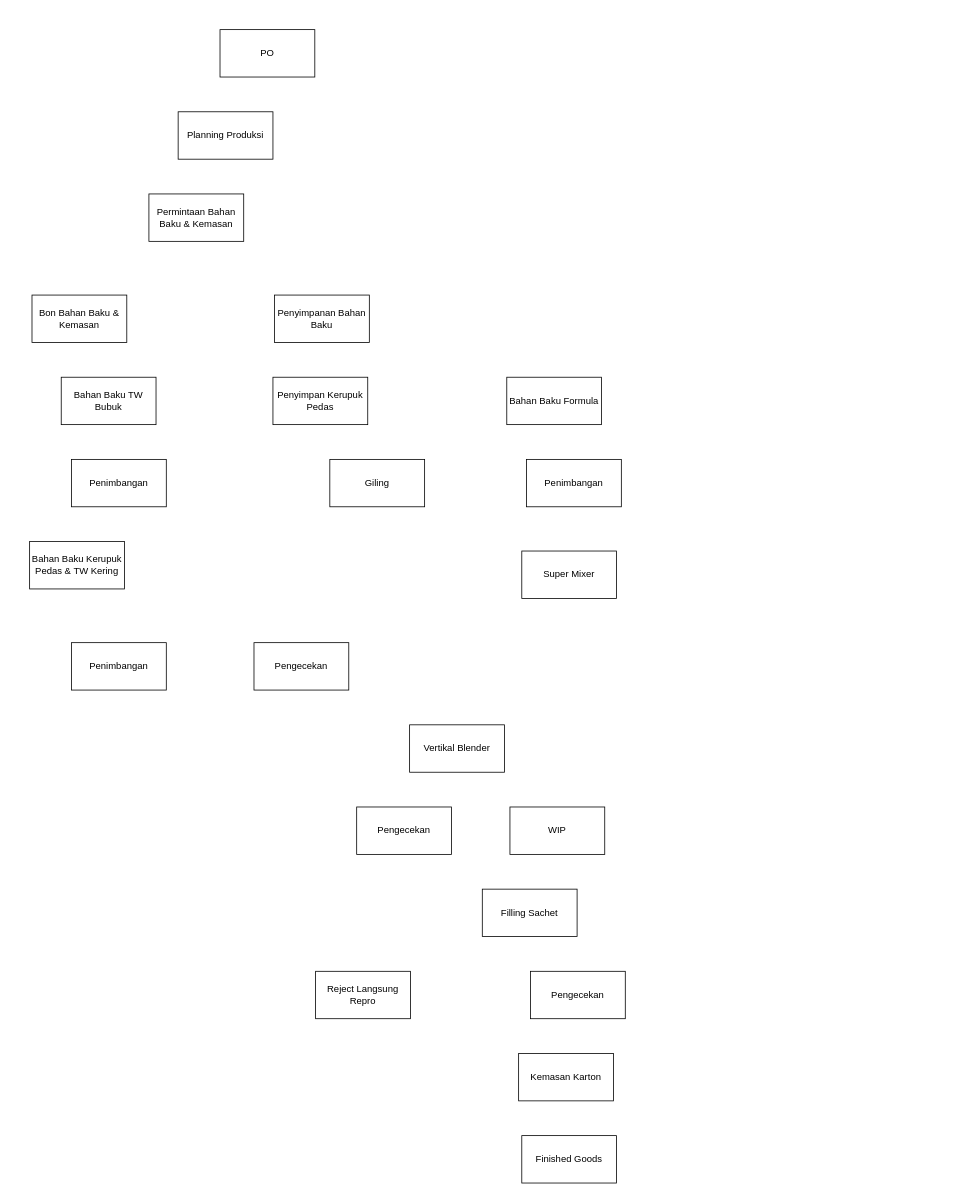
The draw.io diagram Finna Rawit Tabur SKL 3.drawio in hafizh911/drawio, before the edit. Source tidied: cells renumbered, new cells numbered last; positions are measured from the earlier drawing's top-left corner, leaving out a move shared by most shapes. Both pictures are drawn from the tidied source at 79%, with x=0, y=0 at pixel (29, 29).
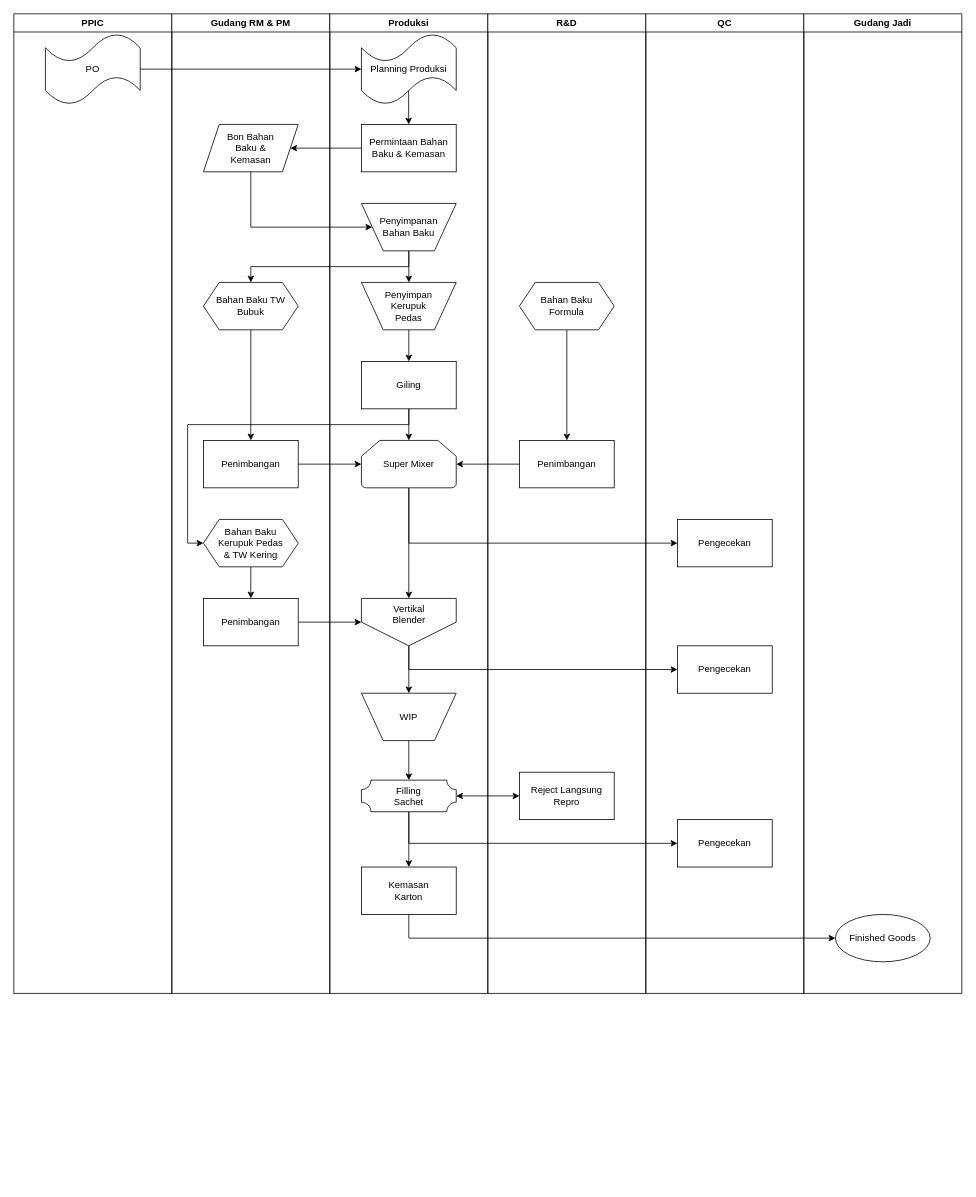
After the change.

Change to the diagram source:
```diff
@@
-    <mxCell id="2" value="PO" style="whiteSpace=wrap;strokeWidth=1;" parent="1" vertex="1">
-      <mxGeometry x="241" width="120" height="60" as="geometry" />
+    <mxCell id="2" value="PO" style="shape=tape;whiteSpace=wrap;html=1;" parent="1" vertex="1">
+      <mxGeometry x="20" y="5" width="120" height="90" as="geometry" />
     </mxCell>
+    <mxCell id="25" style="edgeStyle=orthogonalEdgeStyle;rounded=0;jettySize=auto;html=1;exitX=0.498;exitY=0.798;exitDx=0;exitDy=0;exitPerimeter=0;" parent="1" edge="1" source="3" target="4">
+      <mxGeometry relative="1" as="geometry" />
+    </mxCell>
-    <mxCell id="3" value="Planning Produksi" style="whiteSpace=wrap;strokeWidth=1;" parent="1" vertex="1">
-      <mxGeometry x="188" y="104" width="120" height="60" as="geometry" />
+    <mxCell id="3" value="Planning Produksi" style="shape=tape;whiteSpace=wrap;html=1;" parent="1" vertex="1">
+      <mxGeometry x="420" y="5" width="120" height="90" as="geometry" />
     </mxCell>
+    <mxCell id="26" style="edgeStyle=orthogonalEdgeStyle;rounded=0;jettySize=auto;html=1;entryX=1;entryY=0.5;entryDx=0;entryDy=0;exitX=0;exitY=0.5;exitDx=0;exitDy=0;" parent="1" edge="1" source="4" target="5">
+      <mxGeometry relative="1" as="geometry" />
+    </mxCell>
     <mxCell id="4" value="Permintaan Bahan Baku &amp; Kemasan" style="whiteSpace=wrap;strokeWidth=1;" parent="1" vertex="1">
-      <mxGeometry x="151" y="208" width="120" height="60" as="geometry" />
+      <mxGeometry x="420" y="120" width="120" height="60" as="geometry" />
     </mxCell>
+    <mxCell id="27" style="edgeStyle=orthogonalEdgeStyle;rounded=0;jettySize=auto;html=1;exitX=0.5;exitY=1;exitDx=0;exitDy=0;entryX=0;entryY=0.5;entryDx=0;entryDy=0;" parent="1" edge="1" source="5" target="6">
+      <mxGeometry relative="1" as="geometry">
+        <Array as="points">
+          <mxPoint x="280" y="250" />
+        </Array>
+      </mxGeometry>
+    </mxCell>
-    <mxCell id="5" value="Bon Bahan Baku &amp; Kemasan" style="whiteSpace=wrap;strokeWidth=1;" parent="1" vertex="1">
-      <mxGeometry x="3" y="336" width="120" height="60" as="geometry" />
+    <mxCell id="5" value="Bon Bahan&lt;div&gt;Baku &amp;amp;&lt;/div&gt;&lt;div&gt;Kemasan&lt;/div&gt;" style="shape=parallelogram;perimeter=parallelogramPerimeter;whiteSpace=wrap;html=1;fixedSize=1;" parent="1" vertex="1">
+      <mxGeometry x="220" y="120" width="120" height="60" as="geometry" />
     </mxCell>
+    <mxCell id="28" style="edgeStyle=orthogonalEdgeStyle;rounded=0;jettySize=auto;html=1;exitX=0.5;exitY=1;exitDx=0;exitDy=0;entryX=0.5;entryY=0;entryDx=0;entryDy=0;" parent="1" edge="1" source="6" target="8">
+      <mxGeometry relative="1" as="geometry" />
+    </mxCell>
+    <mxCell id="29" style="edgeStyle=orthogonalEdgeStyle;rounded=0;jettySize=auto;html=1;exitX=0.5;exitY=1;exitDx=0;exitDy=0;entryX=0.5;entryY=0;entryDx=0;entryDy=0;" parent="1" edge="1" source="6" target="7">
+      <mxGeometry relative="1" as="geometry" />
+    </mxCell>
-    <mxCell id="6" value="Penyimpanan Bahan Baku" style="whiteSpace=wrap;strokeWidth=1;" parent="1" vertex="1">
-      <mxGeometry x="310" y="336" width="120" height="60" as="geometry" />
+    <mxCell id="6" value="Penyimpanan&lt;div&gt;Bahan Baku&lt;/div&gt;" style="verticalLabelPosition=middle;verticalAlign=middle;html=1;shape=trapezoid;perimeter=trapezoidPerimeter;whiteSpace=wrap;size=0.23;arcSize=10;flipV=1;labelPosition=center;align=center;" parent="1" vertex="1">
+      <mxGeometry x="420" y="220" width="120" height="60" as="geometry" />
     </mxCell>
+    <mxCell id="30" style="edgeStyle=orthogonalEdgeStyle;rounded=0;jettySize=auto;html=1;exitX=0.5;exitY=1;exitDx=0;exitDy=0;entryX=0.5;entryY=0;entryDx=0;entryDy=0;" parent="1" edge="1" source="7" target="13">
+      <mxGeometry relative="1" as="geometry" />
+    </mxCell>
-    <mxCell id="7" value="Bahan Baku TW Bubuk" style="whiteSpace=wrap;strokeWidth=1;" parent="1" vertex="1">
-      <mxGeometry x="40" y="440" width="120" height="60" as="geometry" />
+    <mxCell id="7" value="Bahan Baku TW Bubuk" style="shape=hexagon;perimeter=hexagonPerimeter2;whiteSpace=wrap;html=1;fixedSize=1;" parent="1" vertex="1">
+      <mxGeometry x="220" y="320" width="120" height="60" as="geometry" />
     </mxCell>
+    <mxCell id="31" style="edgeStyle=orthogonalEdgeStyle;rounded=0;jettySize=auto;html=1;exitX=0.5;exitY=1;exitDx=0;exitDy=0;entryX=0.5;entryY=0;entryDx=0;entryDy=0;" parent="1" edge="1" source="8" target="10">
+      <mxGeometry relative="1" as="geometry" />
+    </mxCell>
-    <mxCell id="8" value="Penyimpan Kerupuk Pedas" style="whiteSpace=wrap;strokeWidth=1;" parent="1" vertex="1">
-      <mxGeometry x="308" y="440" width="120" height="60" as="geometry" />
+    <mxCell id="8" value="Penyimpan&lt;div&gt;Kerupuk&lt;/div&gt;&lt;div&gt;Pedas&lt;/div&gt;" style="verticalLabelPosition=middle;verticalAlign=middle;html=1;shape=trapezoid;perimeter=trapezoidPerimeter;whiteSpace=wrap;size=0.23;arcSize=10;flipV=1;labelPosition=center;align=center;" parent="1" vertex="1">
+      <mxGeometry x="420" y="320" width="120" height="60" as="geometry" />
     </mxCell>
+    <mxCell id="32" style="edgeStyle=orthogonalEdgeStyle;rounded=0;jettySize=auto;html=1;exitX=0.5;exitY=1;exitDx=0;exitDy=0;entryX=0.5;entryY=0;entryDx=0;entryDy=0;" parent="1" edge="1" source="9" target="11">
+      <mxGeometry relative="1" as="geometry" />
+    </mxCell>
-    <mxCell id="9" value="Bahan Baku Formula" style="whiteSpace=wrap;strokeWidth=1;" parent="1" vertex="1">
-      <mxGeometry x="604" y="440" width="120" height="60" as="geometry" />
+    <mxCell id="9" value="Bahan Baku&lt;div&gt;Formula&lt;/div&gt;" style="shape=hexagon;perimeter=hexagonPerimeter2;whiteSpace=wrap;html=1;fixedSize=1;" parent="1" vertex="1">
+      <mxGeometry x="620" y="320" width="120" height="60" as="geometry" />
     </mxCell>
+    <mxCell id="33" style="edgeStyle=orthogonalEdgeStyle;rounded=0;jettySize=auto;html=1;exitX=0.5;exitY=1;exitDx=0;exitDy=0;entryX=0;entryY=0.5;entryDx=0;entryDy=0;" parent="1" edge="1" source="10" target="14">
+      <mxGeometry relative="1" as="geometry">
+        <Array as="points">
+          <mxPoint x="480" y="500" />
+          <mxPoint x="200" y="500" />
+          <mxPoint x="200" y="650" />
+        </Array>
+      </mxGeometry>
+    </mxCell>
     <mxCell id="10" value="Giling" style="whiteSpace=wrap;strokeWidth=1;" parent="1" vertex="1">
-      <mxGeometry x="380" y="544" width="120" height="60" as="geometry" />
+      <mxGeometry x="420" y="420" width="120" height="60" as="geometry" />
     </mxCell>
     <mxCell id="11" value="Penimbangan" style="whiteSpace=wrap;strokeWidth=1;" parent="1" vertex="1">
-      <mxGeometry x="629" y="544" width="120" height="60" as="geometry" />
+      <mxGeometry x="620" y="520" width="120" height="60" as="geometry" />
     </mxCell>
+    <mxCell id="34" style="edgeStyle=orthogonalEdgeStyle;rounded=0;jettySize=auto;html=1;exitX=0.5;exitY=1;exitDx=0;exitDy=0;exitPerimeter=0;entryX=0.5;entryY=0;entryDx=0;entryDy=0;" parent="1" edge="1" source="12" target="16">
+      <mxGeometry relative="1" as="geometry" />
+    </mxCell>
+    <mxCell id="35" style="edgeStyle=orthogonalEdgeStyle;rounded=0;jettySize=auto;html=1;exitX=0.5;exitY=1;exitDx=0;exitDy=0;exitPerimeter=0;entryX=0;entryY=0.5;entryDx=0;entryDy=0;" parent="1" edge="1" source="12" target="17">
+      <mxGeometry relative="1" as="geometry" />
+    </mxCell>
-    <mxCell id="12" value="Super Mixer" style="whiteSpace=wrap;strokeWidth=1;" parent="1" vertex="1">
-      <mxGeometry x="623" y="660" width="120" height="60" as="geometry" />
+    <mxCell id="12" value="Super Mixer" style="strokeWidth=1;html=1;shape=mxgraph.flowchart.loop_limit;whiteSpace=wrap;" parent="1" vertex="1">
+      <mxGeometry x="420" y="520" width="120" height="60" as="geometry" />
     </mxCell>
     <mxCell id="13" value="Penimbangan" style="whiteSpace=wrap;strokeWidth=1;" parent="1" vertex="1">
-      <mxGeometry x="53" y="544" width="120" height="60" as="geometry" />
+      <mxGeometry x="220" y="520" width="120" height="60" as="geometry" />
     </mxCell>
+    <mxCell id="36" style="edgeStyle=orthogonalEdgeStyle;rounded=0;jettySize=auto;html=1;exitX=0.5;exitY=1;exitDx=0;exitDy=0;entryX=0.5;entryY=0;entryDx=0;entryDy=0;" parent="1" edge="1" source="14" target="15">
+      <mxGeometry relative="1" as="geometry" />
+    </mxCell>
-    <mxCell id="14" value="Bahan Baku Kerupuk Pedas &amp; TW Kering" style="whiteSpace=wrap;strokeWidth=1;" parent="1" vertex="1">
-      <mxGeometry y="648" width="120" height="60" as="geometry" />
+    <mxCell id="14" value="Bahan Baku&lt;div&gt;Kerupuk Pedas&lt;/div&gt;&lt;div&gt;&amp;amp; TW Kering&lt;/div&gt;" style="shape=hexagon;perimeter=hexagonPerimeter2;whiteSpace=wrap;html=1;fixedSize=1;" parent="1" vertex="1">
+      <mxGeometry x="220" y="620" width="120" height="60" as="geometry" />
     </mxCell>
+    <mxCell id="37" style="edgeStyle=orthogonalEdgeStyle;rounded=0;jettySize=auto;html=1;exitX=1;exitY=0.5;exitDx=0;exitDy=0;entryX=0;entryY=0.5;entryDx=0;entryDy=0;" parent="1" edge="1" source="15" target="16">
+      <mxGeometry relative="1" as="geometry" />
+    </mxCell>
     <mxCell id="15" value="Penimbangan" style="whiteSpace=wrap;strokeWidth=1;" parent="1" vertex="1">
-      <mxGeometry x="53" y="776" width="120" height="60" as="geometry" />
+      <mxGeometry x="220" y="720" width="120" height="60" as="geometry" />
     </mxCell>
+    <mxCell id="38" style="edgeStyle=orthogonalEdgeStyle;rounded=0;jettySize=auto;html=1;exitX=0.5;exitY=1;exitDx=0;exitDy=0;entryX=0.5;entryY=0;entryDx=0;entryDy=0;" parent="1" edge="1" source="16" target="19">
+      <mxGeometry relative="1" as="geometry" />
+    </mxCell>
+    <mxCell id="39" style="edgeStyle=orthogonalEdgeStyle;rounded=0;jettySize=auto;html=1;exitX=0.5;exitY=1;exitDx=0;exitDy=0;entryX=0;entryY=0.5;entryDx=0;entryDy=0;" parent="1" edge="1" source="16" target="18">
+      <mxGeometry relative="1" as="geometry" />
+    </mxCell>
-    <mxCell id="16" value="Vertikal Blender" style="whiteSpace=wrap;strokeWidth=1;" parent="1" vertex="1">
-      <mxGeometry x="481" y="880" width="120" height="60" as="geometry" />
+    <mxCell id="16" value="Vertikal&lt;div&gt;Blender&lt;/div&gt;" style="verticalLabelPosition=middle;verticalAlign=top;html=1;shape=offPageConnector;rounded=0;size=0.5;" parent="1" vertex="1">
+      <mxGeometry x="420" y="720" width="120" height="60" as="geometry" />
     </mxCell>
     <mxCell id="17" value="Pengecekan" style="whiteSpace=wrap;strokeWidth=1;" parent="1" vertex="1">
-      <mxGeometry x="284" y="776" width="120" height="60" as="geometry" />
+      <mxGeometry x="820" y="620" width="120" height="60" as="geometry" />
     </mxCell>
     <mxCell id="18" value="Pengecekan" style="whiteSpace=wrap;strokeWidth=1;" parent="1" vertex="1">
-      <mxGeometry x="414" y="984" width="120" height="60" as="geometry" />
+      <mxGeometry x="820" y="780" width="120" height="60" as="geometry" />
     </mxCell>
-    <mxCell id="19" value="WIP" style="whiteSpace=wrap;strokeWidth=1;" parent="1" vertex="1">
-      <mxGeometry x="608" y="984" width="120" height="60" as="geometry" />
+    <mxCell id="19" value="WIP" style="verticalLabelPosition=middle;verticalAlign=middle;html=1;shape=trapezoid;perimeter=trapezoidPerimeter;whiteSpace=wrap;size=0.23;arcSize=10;flipV=1;labelPosition=center;align=center;" parent="1" vertex="1">
+      <mxGeometry x="420" y="840" width="120" height="60" as="geometry" />
     </mxCell>
+    <mxCell id="40" style="edgeStyle=orthogonalEdgeStyle;rounded=0;jettySize=auto;html=1;exitX=0.5;exitY=1;exitDx=0;exitDy=0;exitPerimeter=0;entryX=0;entryY=0.5;entryDx=0;entryDy=0;" parent="1" edge="1" source="20" target="22">
+      <mxGeometry relative="1" as="geometry" />
+    </mxCell>
+    <mxCell id="41" style="edgeStyle=orthogonalEdgeStyle;rounded=0;jettySize=auto;html=1;exitX=0.5;exitY=1;exitDx=0;exitDy=0;exitPerimeter=0;entryX=0.5;entryY=0;entryDx=0;entryDy=0;" parent="1" edge="1" source="20" target="23">
+      <mxGeometry relative="1" as="geometry" />
+    </mxCell>
-    <mxCell id="20" value="Filling Sachet" style="whiteSpace=wrap;strokeWidth=1;" parent="1" vertex="1">
-      <mxGeometry x="573" y="1088" width="120" height="60" as="geometry" />
+    <mxCell id="20" value="Filling&lt;div&gt;Sachet&lt;/div&gt;" style="verticalLabelPosition=middle;verticalAlign=top;html=1;shape=mxgraph.basic.plaque;dx=6;whiteSpace=wrap;" parent="1" vertex="1">
+      <mxGeometry x="420" y="950" width="120" height="40" as="geometry" />
     </mxCell>
     <mxCell id="21" value="Reject Langsung Repro" style="whiteSpace=wrap;strokeWidth=1;" parent="1" vertex="1">
-      <mxGeometry x="362" y="1192" width="120" height="60" as="geometry" />
+      <mxGeometry x="620" y="940" width="120" height="60" as="geometry" />
     </mxCell>
     <mxCell id="22" value="Pengecekan" style="whiteSpace=wrap;strokeWidth=1;" parent="1" vertex="1">
-      <mxGeometry x="634" y="1192" width="120" height="60" as="geometry" />
+      <mxGeometry x="820" y="1000" width="120" height="60" as="geometry" />
     </mxCell>
+    <mxCell id="42" style="edgeStyle=orthogonalEdgeStyle;rounded=0;jettySize=auto;html=1;exitX=0.5;exitY=1;exitDx=0;exitDy=0;entryX=0;entryY=0.5;entryDx=0;entryDy=0;" parent="1" edge="1" source="23" target="24">
+      <mxGeometry relative="1" as="geometry" />
+    </mxCell>
-    <mxCell id="23" value="Kemasan Karton" style="whiteSpace=wrap;strokeWidth=1;" parent="1" vertex="1">
-      <mxGeometry x="619" y="1296" width="120" height="60" as="geometry" />
+    <mxCell id="23" value="Kemasan&#10;Karton" style="whiteSpace=wrap;strokeWidth=1;" parent="1" vertex="1">
+      <mxGeometry x="420" y="1060" width="120" height="60" as="geometry" />
     </mxCell>
+    <mxCell id="43" value="PPIC" style="swimlane;whiteSpace=wrap;html=1;" parent="1" vertex="1">
+      <mxGeometry x="-20" y="-20" width="200" height="1240" as="geometry" />
+    </mxCell>
+    <mxCell id="44" value="Gudang RM &amp;amp; PM" style="swimlane;whiteSpace=wrap;html=1;" parent="1" vertex="1">
+      <mxGeometry x="180" y="-20" width="200" height="1240" as="geometry" />
+    </mxCell>
+    <mxCell id="45" value="Produksi" style="swimlane;whiteSpace=wrap;html=1;" parent="1" vertex="1">
+      <mxGeometry x="380" y="-20" width="200" height="1240" as="geometry" />
+    </mxCell>
+    <mxCell id="46" value="R&amp;amp;D" style="swimlane;whiteSpace=wrap;html=1;" parent="1" vertex="1">
+      <mxGeometry x="580" y="-20" width="200" height="1240" as="geometry" />
+    </mxCell>
+    <mxCell id="47" value="QC" style="swimlane;whiteSpace=wrap;html=1;" parent="1" vertex="1">
+      <mxGeometry x="780" y="-20" width="200" height="1240" as="geometry" />
+    </mxCell>
+    <mxCell id="48" value="Gudang Jadi" style="swimlane;whiteSpace=wrap;html=1;" parent="1" vertex="1">
+      <mxGeometry x="980" y="-20" width="200" height="1240" as="geometry" />
+    </mxCell>
-    <mxCell id="24" value="Finished Goods" style="whiteSpace=wrap;strokeWidth=1;" parent="1" vertex="1">
-      <mxGeometry x="623" y="1400" width="120" height="60" as="geometry" />
+    <mxCell id="24" value="Finished Goods" style="ellipse;whiteSpace=wrap;html=1;" parent="48" vertex="1">
+      <mxGeometry x="40" y="1140" width="120" height="60" as="geometry" />
     </mxCell>
+    <mxCell id="49" style="edgeStyle=orthogonalEdgeStyle;rounded=0;jettySize=auto;html=1;exitX=1;exitY=0.5;exitDx=0;exitDy=0;exitPerimeter=0;entryX=0;entryY=0.5;entryDx=0;entryDy=0;entryPerimeter=0;" parent="1" edge="1" source="2" target="3">
+      <mxGeometry relative="1" as="geometry" />
+    </mxCell>
+    <mxCell id="50" style="edgeStyle=orthogonalEdgeStyle;rounded=0;jettySize=auto;html=1;exitX=0.5;exitY=1;exitDx=0;exitDy=0;entryX=0.5;entryY=0;entryDx=0;entryDy=0;entryPerimeter=0;" parent="1" edge="1" source="10" target="12">
+      <mxGeometry relative="1" as="geometry" />
+    </mxCell>
+    <mxCell id="51" style="edgeStyle=orthogonalEdgeStyle;rounded=0;jettySize=auto;html=1;exitX=1;exitY=0.5;exitDx=0;exitDy=0;entryX=0;entryY=0.5;entryDx=0;entryDy=0;entryPerimeter=0;" parent="1" edge="1" source="13" target="12">
+      <mxGeometry relative="1" as="geometry" />
+    </mxCell>
+    <mxCell id="52" style="edgeStyle=orthogonalEdgeStyle;rounded=0;jettySize=auto;html=1;exitX=0;exitY=0.5;exitDx=0;exitDy=0;entryX=1;entryY=0.5;entryDx=0;entryDy=0;entryPerimeter=0;" parent="1" edge="1" source="11" target="12">
+      <mxGeometry relative="1" as="geometry" />
+    </mxCell>
+    <mxCell id="53" style="edgeStyle=orthogonalEdgeStyle;rounded=0;jettySize=auto;html=1;exitX=0.5;exitY=1;exitDx=0;exitDy=0;entryX=0.5;entryY=0;entryDx=0;entryDy=0;entryPerimeter=0;" parent="1" edge="1" source="19" target="20">
+      <mxGeometry relative="1" as="geometry" />
+    </mxCell>
+    <mxCell id="54" style="endArrow=classic;startArrow=classic;html=1;rounded=0;exitX=1;exitY=0.5;exitDx=0;exitDy=0;exitPerimeter=0;entryX=0;entryY=0.5;entryDx=0;entryDy=0;" parent="1" edge="1" source="20" target="21">
+      <mxGeometry relative="1" as="geometry" />
+    </mxCell>
```
